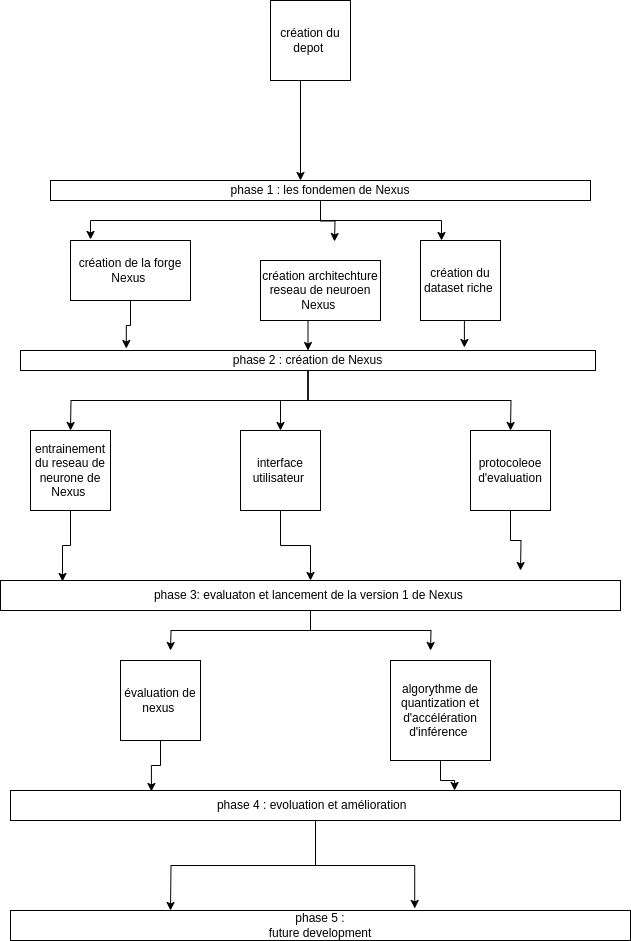
Before: image/Nexus_ROADMAP_visuel.png, a diagram exported from draw.io (Nexus-labs-offcial/Nexus). Source tidied: cells renumbered, new cells last; positions are measured from the earlier drawing's top-left corner, leaving out a move shared by most shapes.
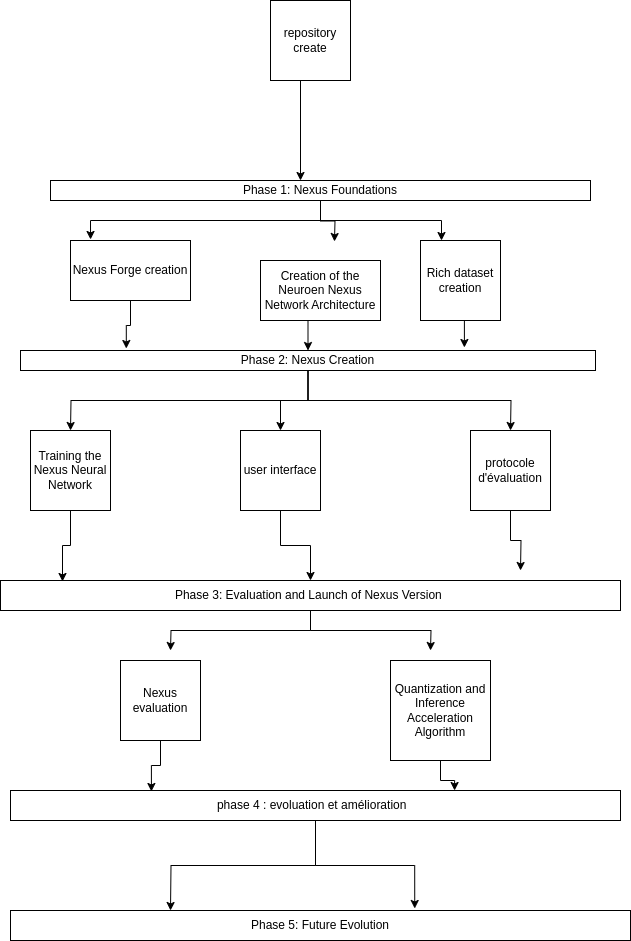
Later version of the same file.

Commit message:
rajout ROADMAP visuel in english

The edit, as a diff of the source:
```diff
@@ -2,7 +2,7 @@
   <root>
     <mxCell id="0" />
     <mxCell id="1" parent="0" />
-    <mxCell id="2" value="création du depot&amp;nbsp;" style="whiteSpace=wrap;html=1;" parent="1" vertex="1">
+    <mxCell id="2" value="repository create" style="whiteSpace=wrap;html=1;" parent="1" vertex="1">
       <mxGeometry x="270" width="80" height="80" as="geometry" />
     </mxCell>
     <mxCell id="3" style="endArrow=classic;html=1;rounded=0;" parent="1" edge="1">
@@ -14,13 +14,13 @@
     <mxCell id="4" style="edgeStyle=orthogonalEdgeStyle;rounded=0;jettySize=auto;html=1;exitX=0.5;exitY=1;exitDx=0;exitDy=0;entryX=0.184;entryY=-0.1;entryDx=0;entryDy=0;entryPerimeter=0;" parent="1" edge="1" source="5" target="17">
       <mxGeometry relative="1" as="geometry" />
     </mxCell>
-    <mxCell id="5" value="création de la forge Nexus&amp;nbsp;" style="rounded=0;whiteSpace=wrap;html=1;" parent="1" vertex="1">
+    <mxCell id="5" value="Nexus Forge creation" style="rounded=0;whiteSpace=wrap;html=1;" parent="1" vertex="1">
       <mxGeometry x="70" y="240" width="120" height="60" as="geometry" />
     </mxCell>
     <mxCell id="6" style="edgeStyle=orthogonalEdgeStyle;rounded=0;jettySize=auto;html=1;exitX=0.5;exitY=1;exitDx=0;exitDy=0;entryX=0.772;entryY=-0.15;entryDx=0;entryDy=0;entryPerimeter=0;" parent="1" edge="1" source="7" target="17">
       <mxGeometry relative="1" as="geometry" />
     </mxCell>
-    <mxCell id="7" value="création du dataset riche&amp;nbsp;" style="whiteSpace=wrap;html=1;" parent="1" vertex="1">
+    <mxCell id="7" value="Rich dataset creation" style="whiteSpace=wrap;html=1;" parent="1" vertex="1">
       <mxGeometry x="420" y="240" width="80" height="80" as="geometry" />
     </mxCell>
     <mxCell id="8" style="edgeStyle=orthogonalEdgeStyle;rounded=0;jettySize=auto;html=1;entryX=0.167;entryY=-0.017;entryDx=0;entryDy=0;entryPerimeter=0;" parent="1" edge="1" source="11" target="5">
@@ -39,13 +39,13 @@
         </Array>
       </mxGeometry>
     </mxCell>
-    <mxCell id="11" value="phase 1 : les fondemen de Nexus" style="rounded=0;whiteSpace=wrap;html=1;" parent="1" vertex="1">
+    <mxCell id="11" value="Phase 1: Nexus Foundations" style="rounded=0;whiteSpace=wrap;html=1;" parent="1" vertex="1">
       <mxGeometry x="50" y="180" width="540" height="20" as="geometry" />
     </mxCell>
     <mxCell id="12" style="edgeStyle=orthogonalEdgeStyle;rounded=0;jettySize=auto;html=1;exitX=0.5;exitY=1;exitDx=0;exitDy=0;entryX=0.5;entryY=0;entryDx=0;entryDy=0;" parent="1" edge="1" source="13" target="17">
       <mxGeometry relative="1" as="geometry" />
     </mxCell>
-    <mxCell id="13" value="création architechture reseau de neuroen Nexus&amp;nbsp;" style="rounded=0;whiteSpace=wrap;html=1;" parent="1" vertex="1">
+    <mxCell id="13" value="Creation of the Neuroen Nexus Network Architecture" style="rounded=0;whiteSpace=wrap;html=1;" parent="1" vertex="1">
       <mxGeometry x="260" y="260" width="120" height="60" as="geometry" />
     </mxCell>
     <mxCell id="14" style="edgeStyle=orthogonalEdgeStyle;rounded=0;jettySize=auto;html=1;" parent="1" edge="1" source="17">
@@ -61,19 +61,19 @@
         <mxPoint x="510" y="430" as="targetPoint" />
       </mxGeometry>
     </mxCell>
-    <mxCell id="17" value="phase 2 : création de Nexus" style="rounded=0;whiteSpace=wrap;html=1;" parent="1" vertex="1">
+    <mxCell id="17" value="Phase 2: Nexus Creation" style="rounded=0;whiteSpace=wrap;html=1;" parent="1" vertex="1">
       <mxGeometry x="20" y="350" width="575" height="20" as="geometry" />
     </mxCell>
     <mxCell id="18" style="edgeStyle=orthogonalEdgeStyle;rounded=0;jettySize=auto;html=1;entryX=0.1;entryY=0.033;entryDx=0;entryDy=0;entryPerimeter=0;" parent="1" edge="1" source="19" target="26">
       <mxGeometry relative="1" as="geometry" />
     </mxCell>
-    <mxCell id="19" value="entrainement du reseau de neurone de Nexus&amp;nbsp;" style="whiteSpace=wrap;html=1;" parent="1" vertex="1">
+    <mxCell id="19" value="Training the Nexus Neural Network" style="whiteSpace=wrap;html=1;" parent="1" vertex="1">
       <mxGeometry x="30" y="430" width="80" height="80" as="geometry" />
     </mxCell>
     <mxCell id="20" style="edgeStyle=orthogonalEdgeStyle;rounded=0;jettySize=auto;html=1;" parent="1" edge="1" source="21" target="26">
       <mxGeometry relative="1" as="geometry" />
     </mxCell>
-    <mxCell id="21" value="interface utilisateur&amp;nbsp;" style="whiteSpace=wrap;html=1;" parent="1" vertex="1">
+    <mxCell id="21" value="user interface" style="whiteSpace=wrap;html=1;" parent="1" vertex="1">
       <mxGeometry x="240" y="430" width="80" height="80" as="geometry" />
     </mxCell>
     <mxCell id="22" style="edgeStyle=orthogonalEdgeStyle;rounded=0;jettySize=auto;html=1;" parent="1" edge="1" source="23">
@@ -81,7 +81,7 @@
         <mxPoint x="520" y="570" as="targetPoint" />
       </mxGeometry>
     </mxCell>
-    <mxCell id="23" value="protocoleoe d'evaluation" style="whiteSpace=wrap;html=1;" parent="1" vertex="1">
+    <mxCell id="23" value="protocole d'évaluation" style="whiteSpace=wrap;html=1;" parent="1" vertex="1">
       <mxGeometry x="470" y="430" width="80" height="80" as="geometry" />
     </mxCell>
     <mxCell id="24" style="edgeStyle=orthogonalEdgeStyle;rounded=0;jettySize=auto;html=1;" parent="1" edge="1" source="26">
@@ -94,19 +94,19 @@
         <mxPoint x="430" y="650" as="targetPoint" />
       </mxGeometry>
     </mxCell>
-    <mxCell id="26" value="phase 3: evaluaton et lancement de la version 1 de Nexus&amp;nbsp;" style="rounded=0;whiteSpace=wrap;html=1;" parent="1" vertex="1">
+    <mxCell id="26" value="Phase 3: Evaluation and Launch of Nexus Version&amp;nbsp;" style="rounded=0;whiteSpace=wrap;html=1;" parent="1" vertex="1">
       <mxGeometry y="580" width="620" height="30" as="geometry" />
     </mxCell>
     <mxCell id="27" style="edgeStyle=orthogonalEdgeStyle;rounded=0;jettySize=auto;html=1;entryX=0.231;entryY=0.033;entryDx=0;entryDy=0;entryPerimeter=0;" parent="1" edge="1" source="28" target="33">
       <mxGeometry relative="1" as="geometry" />
     </mxCell>
-    <mxCell id="28" value="évaluation de nexus&amp;nbsp;" style="whiteSpace=wrap;html=1;" parent="1" vertex="1">
+    <mxCell id="28" value="Nexus evaluation" style="whiteSpace=wrap;html=1;" parent="1" vertex="1">
       <mxGeometry x="120" y="660" width="80" height="80" as="geometry" />
     </mxCell>
     <mxCell id="29" style="edgeStyle=orthogonalEdgeStyle;rounded=0;jettySize=auto;html=1;entryX=0.728;entryY=0;entryDx=0;entryDy=0;entryPerimeter=0;" parent="1" edge="1" source="30" target="33">
       <mxGeometry relative="1" as="geometry" />
     </mxCell>
-    <mxCell id="30" value="algorythme de quantization et d'accélération d'inférence&amp;nbsp;" style="whiteSpace=wrap;html=1;" parent="1" vertex="1">
+    <mxCell id="30" value="Quantization and Inference Acceleration Algorithm" style="whiteSpace=wrap;html=1;" parent="1" vertex="1">
       <mxGeometry x="390" y="660" width="100" height="100" as="geometry" />
     </mxCell>
     <mxCell id="31" style="edgeStyle=orthogonalEdgeStyle;rounded=0;jettySize=auto;html=1;" parent="1" edge="1" source="33">
@@ -120,7 +120,7 @@
     <mxCell id="33" value="phase 4 : evoluation et amélioration&amp;nbsp;&amp;nbsp;" style="rounded=0;whiteSpace=wrap;html=1;" parent="1" vertex="1">
       <mxGeometry x="10" y="790" width="610" height="30" as="geometry" />
     </mxCell>
-    <mxCell id="34" value="phase 5 : &lt;br&gt;future development" style="rounded=0;whiteSpace=wrap;html=1;" parent="1" vertex="1">
+    <mxCell id="34" value="Phase 5: Future Evolution" style="rounded=0;whiteSpace=wrap;html=1;" parent="1" vertex="1">
       <mxGeometry x="10" y="910" width="620" height="30" as="geometry" />
     </mxCell>
   </root>
```
